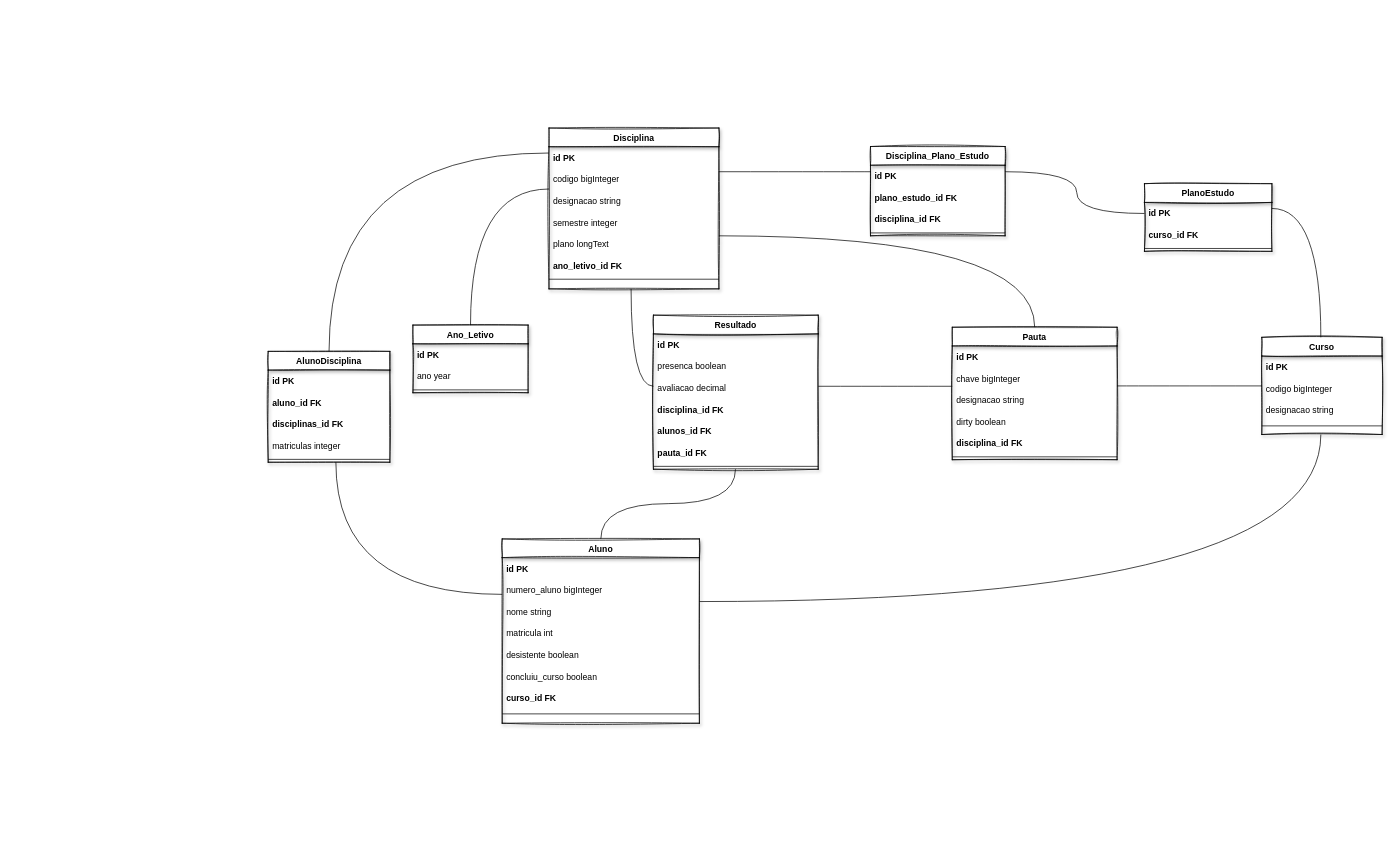
The draw.io diagram page "DB" (2 of 2) of Docs/Diagrams.drawio in ruimpcastro/pweb2022, before the edit. Source tidied: cells renumbered, new cells numbered last; positions are measured from the earlier drawing's top-left corner, leaving out a move shared by most shapes. Both pictures are drawn from the tidied source at 72%, with x=0, y=0 at pixel (268, 127).
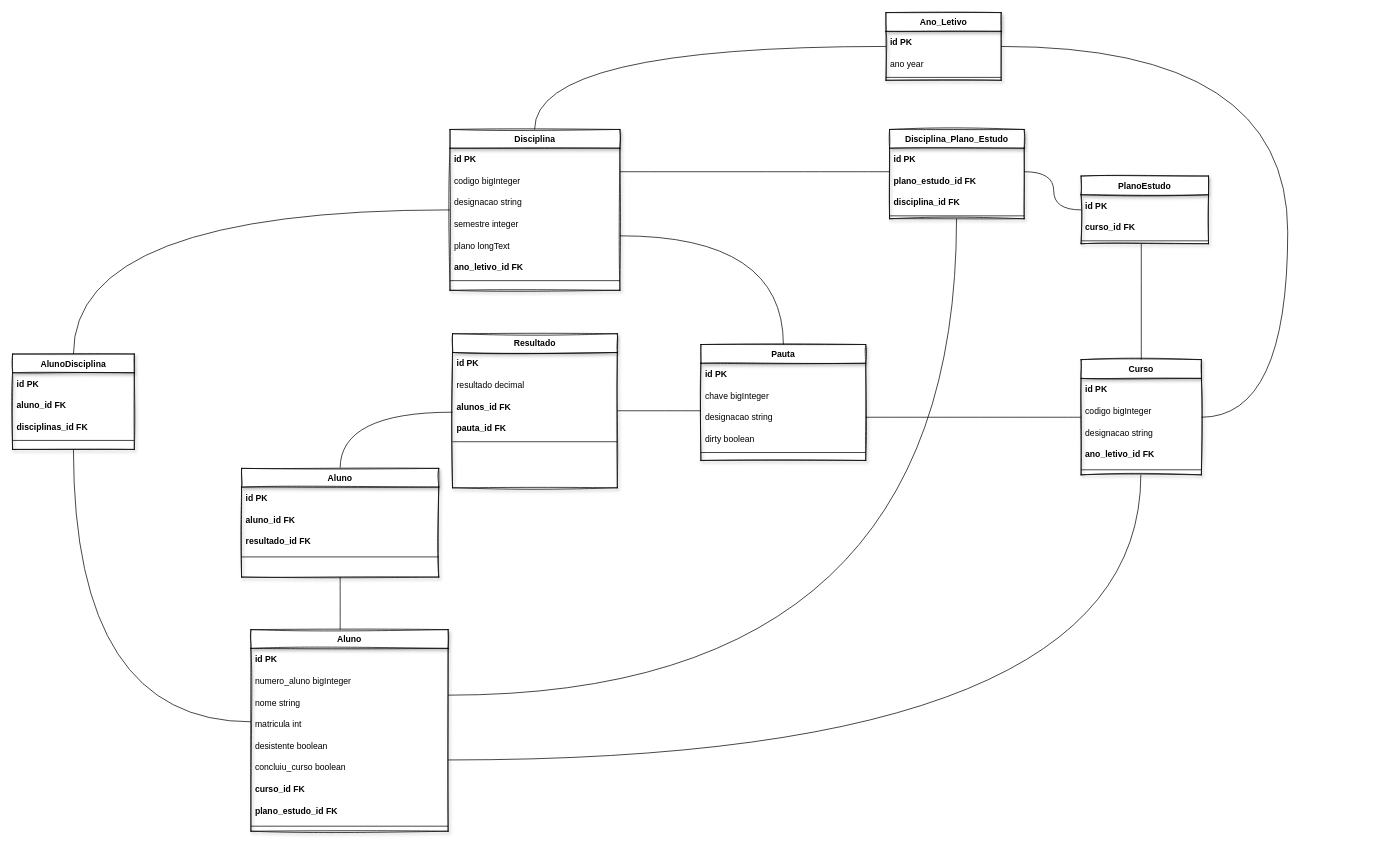
After the change.

The edit, as a diff of the source:
```diff
@@
     <mxCell id="2" value="Aluno" style="swimlane;fontStyle=1;align=center;verticalAlign=top;horizontal=1;startSize=26;shadow=1;strokeWidth=1;rounded=0;glass=0;sketch=1;" parent="1" vertex="1">
-      <mxGeometry x="325" y="571" width="273.9" height="256" as="geometry" />
+      <mxGeometry x="-24" y="697" width="273.9" height="280" as="geometry" />
     </mxCell>
@@
+    <mxCell id="70" value="plano_estudo_id FK" style="text;strokeColor=none;fillColor=none;align=left;verticalAlign=middle;spacingLeft=4;spacingRight=4;overflow=hidden;rounded=1;fontStyle=1;" parent="2" vertex="1">
+      <mxGeometry y="236" width="273.9" height="30" as="geometry" />
+    </mxCell>
     <mxCell id="10" style="line;html=1;strokeWidth=1;align=left;verticalAlign=middle;spacingTop=-1;spacingLeft=3;spacingRight=3;labelPosition=right;rounded=1;" parent="2" vertex="1">
-      <mxGeometry y="236" width="273.9" height="14" as="geometry" />
+      <mxGeometry y="266" width="273.9" height="14" as="geometry" />
     </mxCell>
     <mxCell id="11" value="Disciplina" style="swimlane;fontStyle=1;align=center;verticalAlign=top;horizontal=1;startSize=26;shadow=1;strokeWidth=1;rounded=0;sketch=1;" parent="1" vertex="1">
-      <mxGeometry x="390" y="0.3" width="236" height="223.4" as="geometry" />
+      <mxGeometry x="252.5" y="2.3" width="236" height="223.4" as="geometry" />
     </mxCell>
@@
     <mxCell id="19" value="Curso" style="swimlane;fontStyle=1;align=center;verticalAlign=top;horizontal=1;startSize=26;shadow=1;strokeWidth=1;rounded=0;sketch=1;" parent="1" vertex="1">
-      <mxGeometry x="1380" y="291" width="167.1" height="135" as="geometry" />
+      <mxGeometry x="1129" y="322" width="167.1" height="160" as="geometry" />
     </mxCell>
@@
+    <mxCell id="71" value="ano_letivo_id FK" style="text;strokeColor=none;fillColor=none;align=left;verticalAlign=middle;spacingLeft=4;spacingRight=4;overflow=hidden;rounded=1;fontStyle=1;" parent="19" vertex="1">
+      <mxGeometry y="116" width="167.1" height="30" as="geometry" />
+    </mxCell>
     <mxCell id="23" style="line;html=1;strokeWidth=1;align=left;verticalAlign=middle;spacingTop=-1;spacingLeft=3;spacingRight=3;labelPosition=right;rounded=1;" parent="19" vertex="1">
-      <mxGeometry y="116" width="167.1" height="14" as="geometry" />
+      <mxGeometry y="146" width="167.1" height="14" as="geometry" />
     </mxCell>
     <mxCell id="24" value="PlanoEstudo" style="swimlane;fontStyle=1;align=center;verticalAlign=top;horizontal=1;startSize=26;shadow=1;strokeWidth=1;rounded=0;sketch=1;" parent="1" vertex="1">
-      <mxGeometry x="1217" y="77.6" width="177" height="94" as="geometry" />
+      <mxGeometry x="1129" y="67" width="177" height="94" as="geometry" />
     </mxCell>
@@
     <mxCell id="28" value="Pauta" style="swimlane;fontStyle=1;align=center;verticalAlign=top;horizontal=1;startSize=26;shadow=1;strokeWidth=1;rounded=0;sketch=1;" parent="1" vertex="1">
-      <mxGeometry x="950.1" y="277" width="228.9" height="184" as="geometry" />
+      <mxGeometry x="601" y="301" width="228.9" height="161" as="geometry" />
     </mxCell>
@@
-    <mxCell id="33" value="disciplina_id FK" style="text;strokeColor=none;fillColor=none;align=left;verticalAlign=middle;spacingLeft=4;spacingRight=4;overflow=hidden;rounded=1;fontStyle=1;" parent="28" vertex="1">
-      <mxGeometry y="146" width="228.9" height="30" as="geometry" />
-    </mxCell>
     <mxCell id="34" style="line;html=1;strokeWidth=1;align=left;verticalAlign=middle;spacingTop=-1;spacingLeft=3;spacingRight=3;labelPosition=right;rounded=1;" parent="28" vertex="1">
-      <mxGeometry y="176" width="228.9" height="8" as="geometry" />
+      <mxGeometry y="146" width="228.9" height="8" as="geometry" />
     </mxCell>
     <mxCell id="35" value="AlunoDisciplina" style="swimlane;fontStyle=1;align=center;verticalAlign=top;horizontal=1;startSize=26;shadow=1;strokeWidth=1;rounded=0;sketch=1;" parent="1" vertex="1">
-      <mxGeometry y="310.5" width="169" height="154" as="geometry" />
+      <mxGeometry x="-355" y="314.2" width="169" height="132.5" as="geometry" />
     </mxCell>
@@
-    <mxCell id="39" value="matriculas integer" style="text;strokeColor=none;fillColor=none;align=left;verticalAlign=middle;spacingLeft=4;spacingRight=4;overflow=hidden;rounded=1;" parent="35" vertex="1">
-      <mxGeometry y="116" width="169" height="30" as="geometry" />
-    </mxCell>
     <mxCell id="40" style="line;html=1;strokeWidth=1;align=left;verticalAlign=middle;spacingTop=-1;spacingLeft=3;spacingRight=3;labelPosition=right;rounded=1;" parent="35" vertex="1">
-      <mxGeometry y="146" width="169" height="8" as="geometry" />
+      <mxGeometry y="116" width="169" height="8" as="geometry" />
     </mxCell>
     <mxCell id="41" value="Ano_Letivo" style="swimlane;fontStyle=1;align=center;verticalAlign=top;horizontal=1;startSize=26;shadow=1;strokeWidth=1;rounded=0;sketch=1;" parent="1" vertex="1">
-      <mxGeometry x="201" y="274" width="160" height="94" as="geometry" />
+      <mxGeometry x="858" y="-160" width="160" height="94" as="geometry" />
     </mxCell>
@@
     <mxCell id="45" value="Resultado" style="swimlane;fontStyle=1;align=center;verticalAlign=top;horizontal=1;startSize=26;shadow=1;strokeWidth=1;rounded=0;glass=0;sketch=1;" parent="1" vertex="1">
-      <mxGeometry x="535" y="260.2" width="228.9" height="214" as="geometry" />
+      <mxGeometry x="256" y="286" width="228.9" height="214" as="geometry" />
     </mxCell>
@@
-    <mxCell id="47" value="presenca boolean" style="text;strokeColor=none;fillColor=none;align=left;verticalAlign=middle;spacingLeft=4;spacingRight=4;overflow=hidden;rounded=1;" parent="45" vertex="1">
-      <mxGeometry y="56" width="228.9" height="30" as="geometry" />
-    </mxCell>
-    <mxCell id="48" value="avaliacao decimal" style="text;strokeColor=none;fillColor=none;align=left;verticalAlign=middle;spacingLeft=4;spacingRight=4;overflow=hidden;rounded=1;" parent="45" vertex="1">
-      <mxGeometry y="86" width="228.9" height="30" as="geometry" />
+    <mxCell id="48" value="resultado decimal" style="text;strokeColor=none;fillColor=none;align=left;verticalAlign=middle;spacingLeft=4;spacingRight=4;overflow=hidden;rounded=1;" parent="45" vertex="1">
+      <mxGeometry y="56" width="228.9" height="30" as="geometry" />
     </mxCell>
-    <mxCell id="49" value="disciplina_id FK" style="text;strokeColor=none;fillColor=none;align=left;verticalAlign=middle;spacingLeft=4;spacingRight=4;overflow=hidden;rounded=1;fontStyle=1;" parent="45" vertex="1">
-      <mxGeometry y="116" width="228.9" height="30" as="geometry" />
-    </mxCell>
     <mxCell id="50" value="alunos_id FK" style="text;strokeColor=none;fillColor=none;align=left;verticalAlign=middle;spacingLeft=4;spacingRight=4;overflow=hidden;rounded=1;fontStyle=1;" parent="45" vertex="1">
-      <mxGeometry y="146" width="228.9" height="30" as="geometry" />
+      <mxGeometry y="86" width="228.9" height="30" as="geometry" />
     </mxCell>
     <mxCell id="51" value="pauta_id FK" style="text;strokeColor=none;fillColor=none;align=left;verticalAlign=middle;spacingLeft=4;spacingRight=4;overflow=hidden;rounded=1;fontStyle=1;" parent="45" vertex="1">
-      <mxGeometry y="176" width="228.9" height="30" as="geometry" />
+      <mxGeometry y="116" width="228.9" height="30" as="geometry" />
     </mxCell>
     <mxCell id="52" style="line;html=1;strokeWidth=1;align=left;verticalAlign=middle;spacingTop=-1;spacingLeft=3;spacingRight=3;labelPosition=right;rounded=1;" parent="45" vertex="1">
-      <mxGeometry y="206" width="228.9" height="8" as="geometry" />
+      <mxGeometry y="146" width="228.9" height="8" as="geometry" />
     </mxCell>
     <mxCell id="53" value="Disciplina_Plano_Estudo" style="swimlane;fontStyle=1;align=center;verticalAlign=top;horizontal=1;startSize=26;shadow=1;strokeWidth=1;rounded=0;sketch=1;" parent="1" vertex="1">
-      <mxGeometry x="836.5" y="26" width="187" height="124" as="geometry" />
+      <mxGeometry x="863" y="2.3" width="187" height="124" as="geometry" />
     </mxCell>
@@
     <mxCell id="58" style="endArrow=none;html=1;rounded=0;edgeStyle=orthogonalEdgeStyle;curved=1;" parent="1" edge="1" source="41" target="11">
       <mxGeometry relative="1" as="geometry">
         <Array as="points">
-          <mxPoint x="281" y="85" />
+          <mxPoint x="370" y="-113" />
         </Array>
       </mxGeometry>
     </mxCell>
     <mxCell id="59" style="endArrow=none;html=1;rounded=0;edgeStyle=orthogonalEdgeStyle;curved=1;" parent="1" edge="1" source="35" target="11">
       <mxGeometry relative="1" as="geometry">
         <Array as="points">
-          <mxPoint x="84" y="35" />
+          <mxPoint x="-270" y="114" />
         </Array>
       </mxGeometry>
     </mxCell>
     <mxCell id="60" style="endArrow=none;html=1;rounded=0;edgeStyle=orthogonalEdgeStyle;curved=1;" parent="1" edge="1" source="35" target="2">
       <mxGeometry relative="1" as="geometry">
         <Array as="points">
-          <mxPoint x="94" y="648" />
+          <mxPoint x="-270" y="825" />
         </Array>
       </mxGeometry>
     </mxCell>
-    <mxCell id="61" style="endArrow=none;html=1;rounded=0;edgeStyle=orthogonalEdgeStyle;curved=1;" parent="1" edge="1" source="2" target="45">
+    <mxCell id="61" style="endArrow=none;html=1;rounded=0;edgeStyle=orthogonalEdgeStyle;curved=1;" parent="1" edge="1" source="73" target="45">
       <mxGeometry relative="1" as="geometry">
         <Array as="points">
-          <mxPoint x="462" y="522" />
-          <mxPoint x="649" y="522" />
+          <mxPoint x="100" y="395" />
         </Array>
       </mxGeometry>
     </mxCell>
-    <mxCell id="62" style="endArrow=none;html=1;rounded=0;edgeStyle=orthogonalEdgeStyle;curved=1;" parent="1" edge="1" source="45" target="11">
-      <mxGeometry relative="1" as="geometry">
-        <Array as="points">
-          <mxPoint x="504" y="359" />
-        </Array>
-      </mxGeometry>
-    </mxCell>
     <mxCell id="63" style="endArrow=none;html=1;rounded=0;edgeStyle=orthogonalEdgeStyle;curved=1;" parent="1" edge="1" source="45" target="28">
       <mxGeometry relative="1" as="geometry">
         <Array as="points">
-          <mxPoint x="892" y="359" />
-          <mxPoint x="892" y="359" />
+          <mxPoint x="614" y="393" />
+          <mxPoint x="614" y="393" />
         </Array>
       </mxGeometry>
     </mxCell>
     <mxCell id="64" style="endArrow=none;html=1;rounded=0;edgeStyle=orthogonalEdgeStyle;curved=1;" parent="1" edge="1" source="28" target="11">
       <mxGeometry relative="1" as="geometry">
         <Array as="points">
-          <mxPoint x="1065" y="150" />
+          <mxPoint x="716" y="150" />
         </Array>
       </mxGeometry>
     </mxCell>
@@
     <mxCell id="66" style="endArrow=none;html=1;rounded=0;edgeStyle=orthogonalEdgeStyle;curved=1;" parent="1" edge="1" source="24" target="53">
       <mxGeometry relative="1" as="geometry">
         <Array as="points">
-          <mxPoint x="1123" y="119" />
-          <mxPoint x="1123" y="61" />
+          <mxPoint x="1091" y="114" />
+          <mxPoint x="1091" y="61" />
         </Array>
       </mxGeometry>
     </mxCell>
     <mxCell id="67" style="endArrow=none;html=1;rounded=0;edgeStyle=orthogonalEdgeStyle;curved=1;" parent="1" edge="1" source="19" target="24">
       <mxGeometry relative="1" as="geometry">
         <Array as="points">
-          <mxPoint x="1462" y="112" />
+          <mxPoint x="1212" y="270" />
+          <mxPoint x="1212" y="270" />
         </Array>
       </mxGeometry>
     </mxCell>
     <mxCell id="68" style="endArrow=none;html=1;rounded=0;edgeStyle=orthogonalEdgeStyle;curved=1;" parent="1" edge="1" source="19" target="28">
       <mxGeometry relative="1" as="geometry">
         <Array as="points">
-          <mxPoint x="1225" y="359" />
-          <mxPoint x="1225" y="359" />
+          <mxPoint x="1136" y="395" />
+          <mxPoint x="1136" y="395" />
         </Array>
       </mxGeometry>
     </mxCell>
     <mxCell id="69" style="endArrow=none;html=1;rounded=0;edgeStyle=orthogonalEdgeStyle;curved=1;" parent="1" edge="1" source="2" target="19">
       <mxGeometry relative="1" as="geometry">
         <Array as="points">
-          <mxPoint x="1462" y="658" />
+          <mxPoint x="1212" y="878" />
         </Array>
       </mxGeometry>
     </mxCell>
+    <mxCell id="72" style="endArrow=none;html=1;rounded=0;edgeStyle=orthogonalEdgeStyle;curved=1;" parent="1" edge="1" source="19" target="41">
+      <mxGeometry relative="1" as="geometry">
+        <Array as="points">
+          <mxPoint x="1416" y="402" />
+          <mxPoint x="1416" y="-113" />
+        </Array>
+      </mxGeometry>
+    </mxCell>
+    <mxCell id="73" value="Aluno" style="swimlane;fontStyle=1;align=center;verticalAlign=top;horizontal=1;startSize=26;shadow=1;strokeWidth=1;rounded=0;glass=0;sketch=1;" parent="1" vertex="1">
+      <mxGeometry x="-37" y="473" width="273.9" height="151" as="geometry" />
+    </mxCell>
+    <mxCell id="74" value="id PK" style="text;strokeColor=none;fillColor=none;align=left;verticalAlign=middle;spacingLeft=4;spacingRight=4;overflow=hidden;rounded=1;fontStyle=1;" parent="73" vertex="1">
+      <mxGeometry y="26" width="273.9" height="30" as="geometry" />
+    </mxCell>
+    <mxCell id="75" value="aluno_id FK" style="text;strokeColor=none;fillColor=none;align=left;verticalAlign=middle;spacingLeft=4;spacingRight=4;overflow=hidden;rounded=1;fontStyle=1;" parent="73" vertex="1">
+      <mxGeometry y="56" width="273.9" height="30" as="geometry" />
+    </mxCell>
+    <mxCell id="76" value="resultado_id FK" style="text;strokeColor=none;fillColor=none;align=left;verticalAlign=middle;spacingLeft=4;spacingRight=4;overflow=hidden;rounded=1;fontStyle=1;" parent="73" vertex="1">
+      <mxGeometry y="86" width="273.9" height="30" as="geometry" />
+    </mxCell>
+    <mxCell id="77" style="line;html=1;strokeWidth=1;align=left;verticalAlign=middle;spacingTop=-1;spacingLeft=3;spacingRight=3;labelPosition=right;rounded=1;" parent="73" vertex="1">
+      <mxGeometry y="116" width="273.9" height="14" as="geometry" />
+    </mxCell>
+    <mxCell id="78" style="endArrow=none;html=1;rounded=0;edgeStyle=orthogonalEdgeStyle;curved=1;" parent="1" edge="1" source="73" target="2">
+      <mxGeometry relative="1" as="geometry">
+        <Array as="points">
+          <mxPoint x="113" y="517" />
+        </Array>
+      </mxGeometry>
+    </mxCell>
+    <mxCell id="79" style="endArrow=none;html=1;rounded=0;edgeStyle=orthogonalEdgeStyle;curved=1;" parent="1" edge="1" source="2" target="53">
+      <mxGeometry relative="1" as="geometry">
+        <Array as="points">
+          <mxPoint x="956" y="788" />
+        </Array>
+      </mxGeometry>
+    </mxCell>
```
